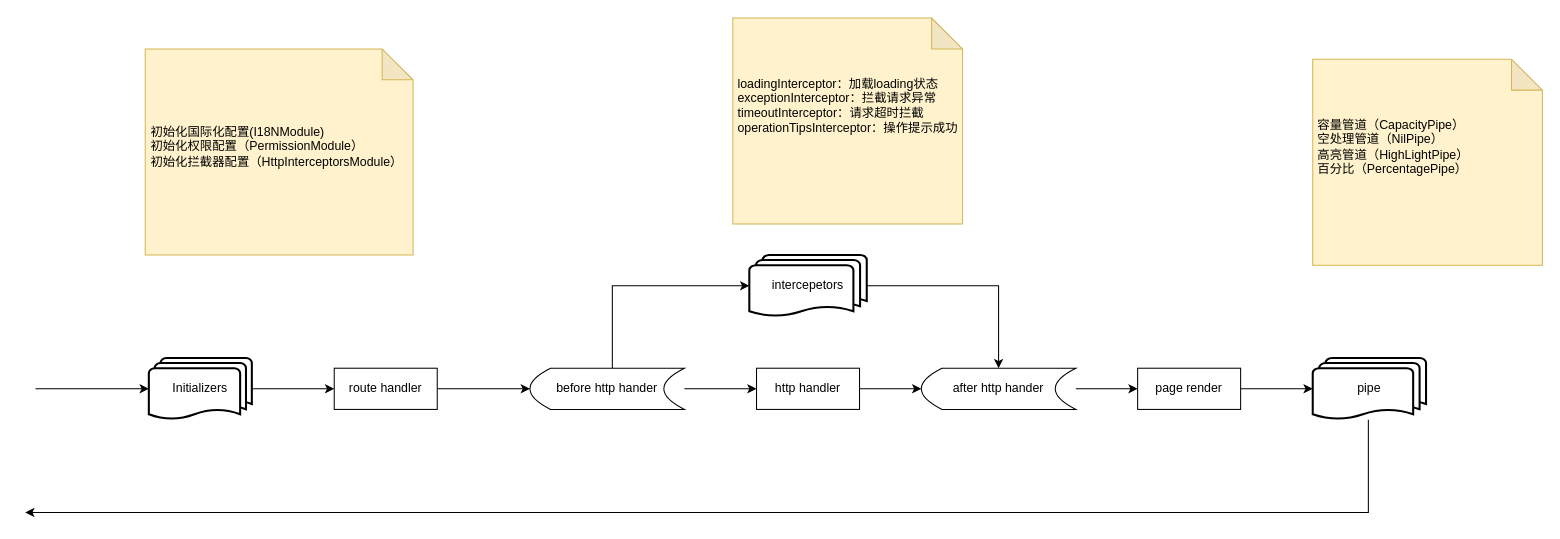
soulxy/ng4 keeps this draw.io diagram as src/Untitled Diagram.drawio. Above is the earlier version. Source tidied: cells renumbered, new cells numbered last; positions are measured from the earlier drawing's top-left corner, leaving out a move shared by most shapes. Both pictures are drawn from the tidied source at 103%, with x=0, y=0 at pixel (25, 18).
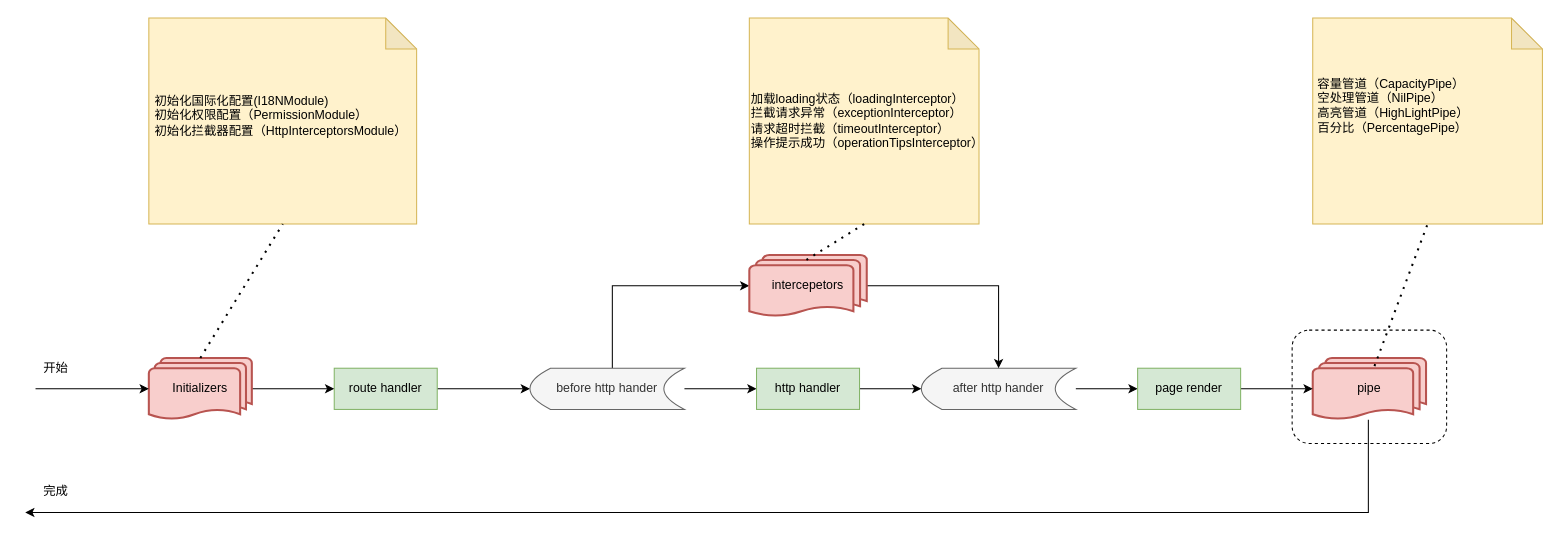
Above is the later version.

The edit, as a diff of the source:
```diff
@@
+    <mxCell id="26" style="rounded=1;whiteSpace=wrap;html=1;align=left;dashed=1;" parent="1" vertex="1">
+      <mxGeometry x="1230" y="303" width="150" height="110" as="geometry" />
+    </mxCell>
@@
-    <mxCell id="3" value="route handler" style="rounded=0;whiteSpace=wrap;html=1;align=center;" parent="1" vertex="1">
+    <mxCell id="3" value="route handler" style="rounded=0;whiteSpace=wrap;html=1;align=center;fillColor=#d5e8d4;strokeColor=#82b366;" parent="1" vertex="1">
       <mxGeometry x="300" y="340" width="100" height="40" as="geometry" />
     </mxCell>
@@
-    <mxCell id="5" value="&lt;span&gt;Initializers&lt;/span&gt;" style="strokeWidth=2;html=1;shape=mxgraph.flowchart.multi-document;whiteSpace=wrap;align=center;" parent="1" vertex="1">
+    <mxCell id="5" value="&lt;span&gt;Initializers&lt;/span&gt;" style="strokeWidth=2;html=1;shape=mxgraph.flowchart.multi-document;whiteSpace=wrap;align=center;fillColor=#f8cecc;strokeColor=#b85450;" parent="1" vertex="1">
       <mxGeometry x="120" y="330" width="100" height="60" as="geometry" />
     </mxCell>
@@
-    <mxCell id="7" value="pipe" style="strokeWidth=2;html=1;shape=mxgraph.flowchart.multi-document;whiteSpace=wrap;align=center;" parent="1" vertex="1">
+    <mxCell id="7" value="pipe" style="strokeWidth=2;html=1;shape=mxgraph.flowchart.multi-document;whiteSpace=wrap;align=center;fillColor=#f8cecc;strokeColor=#b85450;" parent="1" vertex="1">
       <mxGeometry x="1250" y="330" width="110" height="60" as="geometry" />
     </mxCell>
@@
-    <mxCell id="10" value="before http hander" style="shape=dataStorage;whiteSpace=wrap;html=1;fixedSize=1;align=center;" parent="1" vertex="1">
+    <mxCell id="10" value="before http hander" style="shape=dataStorage;whiteSpace=wrap;html=1;fixedSize=1;align=center;fillColor=#f5f5f5;strokeColor=#666666;fontColor=#333333;" parent="1" vertex="1">
       <mxGeometry x="490" y="340" width="150" height="40" as="geometry" />
     </mxCell>
@@
-    <mxCell id="12" value="after http hander" style="shape=dataStorage;whiteSpace=wrap;html=1;fixedSize=1;align=center;" parent="1" vertex="1">
+    <mxCell id="12" value="after http hander" style="shape=dataStorage;whiteSpace=wrap;html=1;fixedSize=1;align=center;fillColor=#f5f5f5;strokeColor=#666666;fontColor=#333333;" parent="1" vertex="1">
       <mxGeometry x="870" y="340" width="150" height="40" as="geometry" />
     </mxCell>
@@
-    <mxCell id="14" value="http handler" style="rounded=0;whiteSpace=wrap;html=1;align=center;" parent="1" vertex="1">
+    <mxCell id="14" value="http handler" style="rounded=0;whiteSpace=wrap;html=1;align=center;fillColor=#d5e8d4;strokeColor=#82b366;" parent="1" vertex="1">
       <mxGeometry x="710" y="340" width="100" height="40" as="geometry" />
     </mxCell>
@@
-    <mxCell id="16" value="page render" style="rounded=0;whiteSpace=wrap;html=1;align=center;" parent="1" vertex="1">
+    <mxCell id="16" value="page render" style="rounded=0;whiteSpace=wrap;html=1;align=center;fillColor=#d5e8d4;strokeColor=#82b366;" parent="1" vertex="1">
       <mxGeometry x="1080" y="340" width="100" height="40" as="geometry" />
     </mxCell>
@@
-    <mxCell id="19" value="&lt;span&gt;intercepetors&lt;/span&gt;" style="strokeWidth=2;html=1;shape=mxgraph.flowchart.multi-document;whiteSpace=wrap;align=center;" parent="1" vertex="1">
+    <mxCell id="19" value="&lt;span&gt;intercepetors&lt;/span&gt;" style="strokeWidth=2;html=1;shape=mxgraph.flowchart.multi-document;whiteSpace=wrap;align=center;fillColor=#f8cecc;strokeColor=#b85450;" parent="1" vertex="1">
       <mxGeometry x="703" y="230" width="114" height="60" as="geometry" />
     </mxCell>
     <mxCell id="20" style="shape=note;whiteSpace=wrap;html=1;backgroundOutline=1;darkOpacity=0.05;align=left;fillColor=#fff2cc;strokeColor=#d6b656;" parent="1" vertex="1">
-      <mxGeometry x="687" width="223" height="200" as="geometry" />
+      <mxGeometry x="703" width="223" height="200" as="geometry" />
     </mxCell>
-    <mxCell id="21" value="loadingInterceptor：加载loading状态&lt;br&gt;exceptionInterceptor：拦截请求异常&lt;br&gt;timeoutInterceptor：请求超时拦截&lt;br&gt;operationTipsInterceptor：操作提示成功" style="text;html=1;strokeColor=none;fillColor=none;align=left;verticalAlign=middle;whiteSpace=wrap;rounded=0;" parent="1" vertex="1">
-      <mxGeometry x="690" y="30" width="220" height="110" as="geometry" />
+    <mxCell id="21" value="加载loading状态（loadingInterceptor）&lt;br&gt;拦截请求异常（exceptionInterceptor）&lt;br&gt;请求超时拦截（timeoutInterceptor）&lt;br&gt;操作提示成功（operationTipsInterceptor）" style="text;html=1;strokeColor=none;fillColor=none;align=left;verticalAlign=middle;whiteSpace=wrap;rounded=0;" parent="1" vertex="1">
+      <mxGeometry x="703" y="45" width="233" height="110" as="geometry" />
     </mxCell>
     <mxCell id="22" style="shape=note;whiteSpace=wrap;html=1;backgroundOutline=1;darkOpacity=0.05;align=left;fillColor=#fff2cc;strokeColor=#d6b656;" parent="1" vertex="1">
-      <mxGeometry x="116.5" y="30" width="260" height="200" as="geometry" />
+      <mxGeometry x="120" width="260" height="200" as="geometry" />
     </mxCell>
     <mxCell id="23" value="初始化国际化配置(I18NModule)&lt;br&gt;初始化权限配置（PermissionModule）&lt;br&gt;初始化拦截器配置（HttpInterceptorsModule）" style="text;html=1;strokeColor=none;fillColor=none;align=left;verticalAlign=middle;whiteSpace=wrap;rounded=0;" parent="1" vertex="1">
-      <mxGeometry x="120" y="70" width="247" height="110" as="geometry" />
+      <mxGeometry x="123.5" y="40" width="247" height="110" as="geometry" />
     </mxCell>
     <mxCell id="24" style="shape=note;whiteSpace=wrap;html=1;backgroundOutline=1;darkOpacity=0.05;align=left;fillColor=#fff2cc;strokeColor=#d6b656;" parent="1" vertex="1">
-      <mxGeometry x="1250" y="40" width="223" height="200" as="geometry" />
+      <mxGeometry x="1250" width="223" height="200" as="geometry" />
     </mxCell>
     <mxCell id="25" value="容量管道（CapacityPipe）&lt;br&gt;空处理管道（NilPipe）&lt;br&gt;高亮管道（HighLightPipe）&lt;br&gt;百分比（PercentagePipe）" style="text;html=1;strokeColor=none;fillColor=none;align=left;verticalAlign=middle;whiteSpace=wrap;rounded=0;" parent="1" vertex="1">
-      <mxGeometry x="1253" y="70" width="220" height="110" as="geometry" />
+      <mxGeometry x="1253" y="30" width="220" height="110" as="geometry" />
     </mxCell>
+    <mxCell id="27" style="endArrow=none;dashed=1;html=1;dashPattern=1 3;strokeWidth=2;exitX=0.5;exitY=0;exitDx=0;exitDy=0;exitPerimeter=0;entryX=0.5;entryY=1;entryDx=0;entryDy=0;entryPerimeter=0;" parent="1" edge="1" source="5" target="22">
+      <mxGeometry relative="1" as="geometry" />
+    </mxCell>
+    <mxCell id="28" style="endArrow=none;dashed=1;html=1;dashPattern=1 3;strokeWidth=2;exitX=0.5;exitY=1;exitDx=0;exitDy=0;exitPerimeter=0;entryX=0.456;entryY=0.117;entryDx=0;entryDy=0;entryPerimeter=0;" parent="1" edge="1" source="20" target="19">
+      <mxGeometry relative="1" as="geometry" />
+    </mxCell>
+    <mxCell id="29" style="endArrow=none;dashed=1;html=1;dashPattern=1 3;strokeWidth=2;exitX=0.545;exitY=0.133;exitDx=0;exitDy=0;exitPerimeter=0;entryX=0.5;entryY=1;entryDx=0;entryDy=0;entryPerimeter=0;" parent="1" edge="1" source="7" target="24">
+      <mxGeometry relative="1" as="geometry" />
+    </mxCell>
+    <mxCell id="30" value="开始" style="text;html=1;strokeColor=none;fillColor=none;align=center;verticalAlign=middle;whiteSpace=wrap;rounded=0;" parent="1" vertex="1">
+      <mxGeometry x="10" y="330" width="40" height="20" as="geometry" />
+    </mxCell>
+    <mxCell id="31" value="完成" style="text;html=1;strokeColor=none;fillColor=none;align=center;verticalAlign=middle;whiteSpace=wrap;rounded=0;" parent="1" vertex="1">
+      <mxGeometry x="10" y="450" width="40" height="20" as="geometry" />
+    </mxCell>
```
